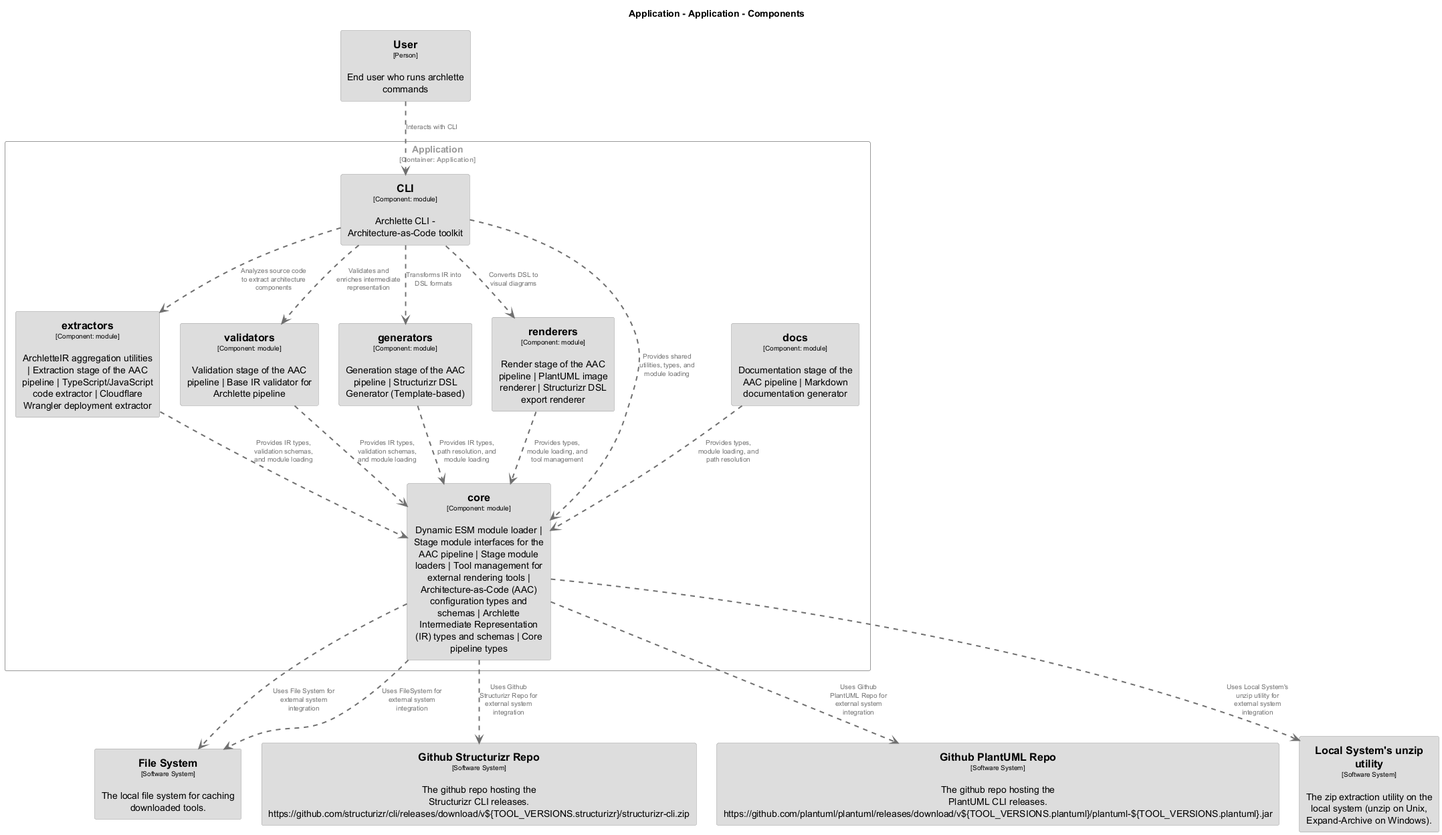
Above: docs/architecture/diagrams/structurizr-Components_Application.png in chrislyons-dev/archlette (PlantUML), before the change.
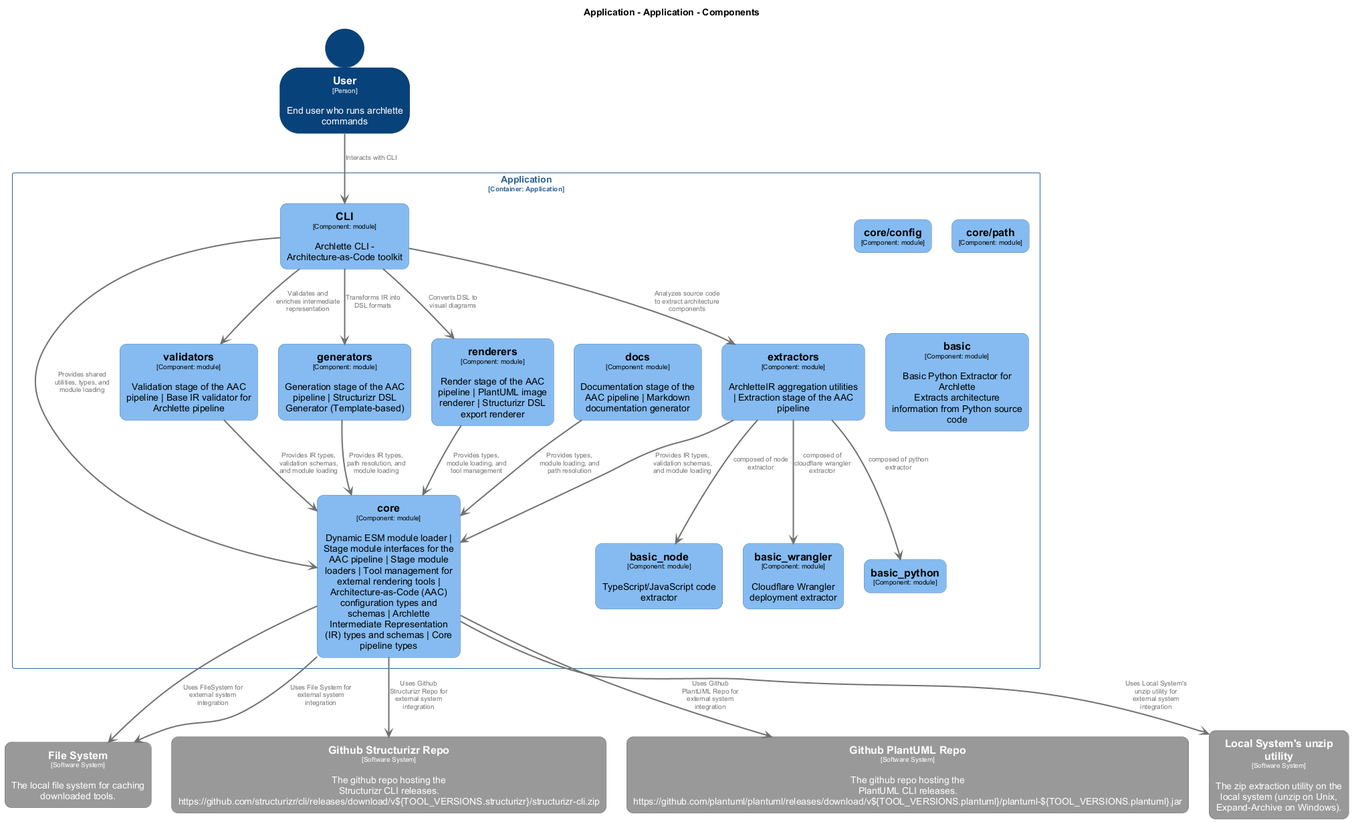
Above is the later version.

What changed in the source:
```diff
@@ -11,95 +11,150 @@
   defaultTextAlignment center
   wrapWidth 200
   maxMessageSize 100
+  defaultFontName "Arial"
 }
 
 hide stereotype
 
 skinparam rectangle<<Application.Application.CLI>> {
-  BackgroundColor #dddddd
+  BackgroundColor #85bbf0
   FontColor #000000
-  BorderColor #9a9a9a
+  BorderColor #5d82a8
+  roundCorner 20
   shadowing false
 }
 skinparam rectangle<<FileSystem>> {
-  BackgroundColor #dddddd
-  FontColor #000000
-  BorderColor #9a9a9a
+  BackgroundColor #999999
+  FontColor #ffffff
+  BorderColor #6b6b6b
+  roundCorner 20
   shadowing false
 }
 skinparam rectangle<<FileSystem>> {
-  BackgroundColor #dddddd
-  FontColor #000000
-  BorderColor #9a9a9a
+  BackgroundColor #999999
+  FontColor #ffffff
+  BorderColor #6b6b6b
+  roundCorner 20
   shadowing false
 }
 skinparam rectangle<<GithubPlantUMLRepo>> {
-  BackgroundColor #dddddd
-  FontColor #000000
-  BorderColor #9a9a9a
+  BackgroundColor #999999
+  FontColor #ffffff
+  BorderColor #6b6b6b
+  roundCorner 20
   shadowing false
 }
 skinparam rectangle<<GithubStructurizrRepo>> {
-  BackgroundColor #dddddd
-  FontColor #000000
-  BorderColor #9a9a9a
+  BackgroundColor #999999
+  FontColor #ffffff
+  BorderColor #6b6b6b
+  roundCorner 20
   shadowing false
 }
 skinparam rectangle<<LocalSystemsunziputility>> {
-  BackgroundColor #dddddd
-  FontColor #000000
-  BorderColor #9a9a9a
+  BackgroundColor #999999
+  FontColor #ffffff
+  BorderColor #6b6b6b
+  roundCorner 20
   shadowing false
 }
-skinparam rectangle<<User>> {
-  BackgroundColor #dddddd
+skinparam person<<User>> {
+  BackgroundColor #08427b
+  FontColor #ffffff
+  BorderColor #052e56
+  shadowing false
+}
+skinparam rectangle<<Application.Application.basic>> {
+  BackgroundColor #85bbf0
   FontColor #000000
-  BorderColor #9a9a9a
+  BorderColor #5d82a8
+  roundCorner 20
+  shadowing false
+}
+skinparam rectangle<<Application.Application.basic_node>> {
+  BackgroundColor #85bbf0
+  FontColor #000000
+  BorderColor #5d82a8
+  roundCorner 20
+  shadowing false
+}
+skinparam rectangle<<Application.Application.basic_python>> {
+  BackgroundColor #85bbf0
+  FontColor #000000
+  BorderColor #5d82a8
+  roundCorner 20
+  shadowing false
+}
+skinparam rectangle<<Application.Application.basic_wrangler>> {
+  BackgroundColor #85bbf0
+  FontColor #000000
+  BorderColor #5d82a8
+  roundCorner 20
   shadowing false
 }
 skinparam rectangle<<Application.Application.core>> {
-  BackgroundColor #dddddd
+  BackgroundColor #85bbf0
   FontColor #000000
-  BorderColor #9a9a9a
+  BorderColor #5d82a8
+  roundCorner 20
+  shadowing false
+}
+skinparam rectangle<<Application.Application.coreconfig>> {
+  BackgroundColor #85bbf0
+  FontColor #000000
+  BorderColor #5d82a8
+  roundCorner 20
+  shadowing false
+}
+skinparam rectangle<<Application.Application.corepath>> {
+  BackgroundColor #85bbf0
+  FontColor #000000
+  BorderColor #5d82a8
+  roundCorner 20
   shadowing false
 }
 skinparam rectangle<<Application.Application.docs>> {
-  BackgroundColor #dddddd
+  BackgroundColor #85bbf0
   FontColor #000000
-  BorderColor #9a9a9a
+  BorderColor #5d82a8
+  roundCorner 20
   shadowing false
 }
 skinparam rectangle<<Application.Application.extractors>> {
-  BackgroundColor #dddddd
+  BackgroundColor #85bbf0
   FontColor #000000
-  BorderColor #9a9a9a
+  BorderColor #5d82a8
+  roundCorner 20
   shadowing false
 }
 skinparam rectangle<<Application.Application.generators>> {
-  BackgroundColor #dddddd
+  BackgroundColor #85bbf0
   FontColor #000000
-  BorderColor #9a9a9a
+  BorderColor #5d82a8
+  roundCorner 20
   shadowing false
 }
 skinparam rectangle<<Application.Application.renderers>> {
-  BackgroundColor #dddddd
+  BackgroundColor #85bbf0
   FontColor #000000
-  BorderColor #9a9a9a
+  BorderColor #5d82a8
+  roundCorner 20
   shadowing false
 }
 skinparam rectangle<<Application.Application.validators>> {
-  BackgroundColor #dddddd
+  BackgroundColor #85bbf0
   FontColor #000000
-  BorderColor #9a9a9a
+  BorderColor #5d82a8
+  roundCorner 20
   shadowing false
 }
 skinparam rectangle<<Application.Application>> {
-  BorderColor #9a9a9a
-  FontColor #9a9a9a
+  BorderColor #2e6295
+  FontColor #2e6295
   shadowing false
 }
 
-rectangle "==User\n<size:10>[Person]</size>\n\nEnd user who runs archlette commands" <<User>> as User
+person "==User\n<size:10>[Person]</size>\n\nEnd user who runs archlette commands" <<User>> as User
 rectangle "==FileSystem\n<size:10>[Software System]</size>\n\nFile system for reading and writing files" <<FileSystem>> as FileSystem
 rectangle "==Github Structurizr Repo\n<size:10>[Software System]</size>\n\nThe github repo hosting the Structurizr CLI releases. https://github.com/structurizr/cli/releases/download/v${TOOL_VERSIONS.structurizr}/structurizr-cli.zip" <<GithubStructurizrRepo>> as GithubStructurizrRepo
 rectangle "==Github PlantUML Repo\n<size:10>[Software System]</size>\n\nThe github repo hosting the PlantUML CLI releases. https://github.com/plantuml/plantuml/releases/download/v${TOOL_VERSIONS.plantuml}/plantuml-${TOOL_VERSIONS.plantuml}.jar" <<GithubPlantUMLRepo>> as GithubPlantUMLRepo
@@ -107,29 +162,38 @@
 rectangle "==File System\n<size:10>[Software System]</size>\n\nThe local file system for caching downloaded tools." <<FileSystem>> as FileSystem
 
 rectangle "Application\n<size:10>[Container: Application]</size>" <<Application.Application>> {
-  rectangle "==extractors\n<size:10>[Component: module]</size>\n\nArchletteIR aggregation utilities | Extraction stage of the AAC pipeline | TypeScript/JavaScript code extractor | Cloudflare Wrangler deployment extractor" <<Application.Application.extractors>> as Application.Application.extractors
+  rectangle "==extractors\n<size:10>[Component: module]</size>\n\nArchletteIR aggregation utilities | Extraction stage of the AAC pipeline" <<Application.Application.extractors>> as Application.Application.extractors
   rectangle "==validators\n<size:10>[Component: module]</size>\n\nValidation stage of the AAC pipeline | Base IR validator for Archlette pipeline" <<Application.Application.validators>> as Application.Application.validators
   rectangle "==generators\n<size:10>[Component: module]</size>\n\nGeneration stage of the AAC pipeline | Structurizr DSL Generator (Template-based)" <<Application.Application.generators>> as Application.Application.generators
   rectangle "==renderers\n<size:10>[Component: module]</size>\n\nRender stage of the AAC pipeline | PlantUML image renderer | Structurizr DSL export renderer" <<Application.Application.renderers>> as Application.Application.renderers
   rectangle "==docs\n<size:10>[Component: module]</size>\n\nDocumentation stage of the AAC pipeline | Markdown documentation generator" <<Application.Application.docs>> as Application.Application.docs
+  rectangle "==core/config\n<size:10>[Component: module]</size>" <<Application.Application.coreconfig>> as Application.Application.coreconfig
   rectangle "==core\n<size:10>[Component: module]</size>\n\nDynamic ESM module loader | Stage module interfaces for the AAC pipeline | Stage module loaders | Tool management for external rendering tools | Architecture-as-Code (AAC) configuration types and schemas | Archlette Intermediate Representation (IR) types and schemas | Core pipeline types" <<Application.Application.core>> as Application.Application.core
+  rectangle "==core/path\n<size:10>[Component: module]</size>" <<Application.Application.corepath>> as Application.Application.corepath
+  rectangle "==basic_node\n<size:10>[Component: module]</size>\n\nTypeScript/JavaScript code extractor" <<Application.Application.basic_node>> as Application.Application.basic_node
+  rectangle "==basic\n<size:10>[Component: module]</size>\n\nBasic Python Extractor for Archlette\nExtracts architecture information from Python source code" <<Application.Application.basic>> as Application.Application.basic
+  rectangle "==basic_wrangler\n<size:10>[Component: module]</size>\n\nCloudflare Wrangler deployment extractor" <<Application.Application.basic_wrangler>> as Application.Application.basic_wrangler
+  rectangle "==basic_python\n<size:10>[Component: module]</size>" <<Application.Application.basic_python>> as Application.Application.basic_python
   rectangle "==CLI\n<size:10>[Component: module]</size>\n\nArchlette CLI - Architecture-as-Code toolkit" <<Application.Application.CLI>> as Application.Application.CLI
 }
 
-Application.Application.core .[#707070,thickness=2].> LocalSystemsunziputility : "<color:#707070>Uses Local System's unzip utility for external system integration"
-Application.Application.core .[#707070,thickness=2].> FileSystem : "<color:#707070>Uses File System for external system integration"
-Application.Application.CLI .[#707070,thickness=2].> Application.Application.extractors : "<color:#707070>Analyzes source code to extract architecture components"
-Application.Application.CLI .[#707070,thickness=2].> Application.Application.validators : "<color:#707070>Validates and enriches intermediate representation"
-Application.Application.CLI .[#707070,thickness=2].> Application.Application.generators : "<color:#707070>Transforms IR into DSL formats"
-Application.Application.CLI .[#707070,thickness=2].> Application.Application.renderers : "<color:#707070>Converts DSL to visual diagrams"
-Application.Application.CLI .[#707070,thickness=2].> Application.Application.core : "<color:#707070>Provides shared utilities, types, and module loading"
-Application.Application.extractors .[#707070,thickness=2].> Application.Application.core : "<color:#707070>Provides IR types, validation schemas, and module loading"
-Application.Application.validators .[#707070,thickness=2].> Application.Application.core : "<color:#707070>Provides IR types, validation schemas, and module loading"
-Application.Application.generators .[#707070,thickness=2].> Application.Application.core : "<color:#707070>Provides IR types, path resolution, and module loading"
-Application.Application.renderers .[#707070,thickness=2].> Application.Application.core : "<color:#707070>Provides types, module loading, and tool management"
-Application.Application.docs .[#707070,thickness=2].> Application.Application.core : "<color:#707070>Provides types, module loading, and path resolution"
-User .[#707070,thickness=2].> Application.Application.CLI : "<color:#707070>Interacts with CLI"
-Application.Application.core .[#707070,thickness=2].> FileSystem : "<color:#707070>Uses FileSystem for external system integration"
-Application.Application.core .[#707070,thickness=2].> GithubStructurizrRepo : "<color:#707070>Uses Github Structurizr Repo for external system integration"
-Application.Application.core .[#707070,thickness=2].> GithubPlantUMLRepo : "<color:#707070>Uses Github PlantUML Repo for external system integration"
+Application.Application.CLI -[#707070,thickness=2]-> Application.Application.extractors : "<color:#707070>Analyzes source code to extract architecture components"
+Application.Application.CLI -[#707070,thickness=2]-> Application.Application.validators : "<color:#707070>Validates and enriches intermediate representation"
+Application.Application.CLI -[#707070,thickness=2]-> Application.Application.generators : "<color:#707070>Transforms IR into DSL formats"
+Application.Application.CLI -[#707070,thickness=2]-> Application.Application.renderers : "<color:#707070>Converts DSL to visual diagrams"
+Application.Application.CLI -[#707070,thickness=2]-> Application.Application.core : "<color:#707070>Provides shared utilities, types, and module loading"
+Application.Application.extractors -[#707070,thickness=2]-> Application.Application.core : "<color:#707070>Provides IR types, validation schemas, and module loading"
+Application.Application.extractors -[#707070,thickness=2]-> Application.Application.basic_node : "<color:#707070>composed of node extractor"
+Application.Application.extractors -[#707070,thickness=2]-> Application.Application.basic_python : "<color:#707070>composed of python extractor"
+Application.Application.extractors -[#707070,thickness=2]-> Application.Application.basic_wrangler : "<color:#707070>composed of cloudflare wrangler extractor"
+Application.Application.validators -[#707070,thickness=2]-> Application.Application.core : "<color:#707070>Provides IR types, validation schemas, and module loading"
+Application.Application.generators -[#707070,thickness=2]-> Application.Application.core : "<color:#707070>Provides IR types, path resolution, and module loading"
+Application.Application.renderers -[#707070,thickness=2]-> Application.Application.core : "<color:#707070>Provides types, module loading, and tool management"
+Application.Application.docs -[#707070,thickness=2]-> Application.Application.core : "<color:#707070>Provides types, module loading, and path resolution"
+User -[#707070,thickness=2]-> Application.Application.CLI : "<color:#707070>Interacts with CLI"
+Application.Application.core -[#707070,thickness=2]-> FileSystem : "<color:#707070>Uses FileSystem for external system integration"
+Application.Application.core -[#707070,thickness=2]-> GithubStructurizrRepo : "<color:#707070>Uses Github Structurizr Repo for external system integration"
+Application.Application.core -[#707070,thickness=2]-> GithubPlantUMLRepo : "<color:#707070>Uses Github PlantUML Repo for external system integration"
+Application.Application.core -[#707070,thickness=2]-> LocalSystemsunziputility : "<color:#707070>Uses Local System's unzip utility for external system integration"
+Application.Application.core -[#707070,thickness=2]-> FileSystem : "<color:#707070>Uses File System for external system integration"
 @enduml
```
